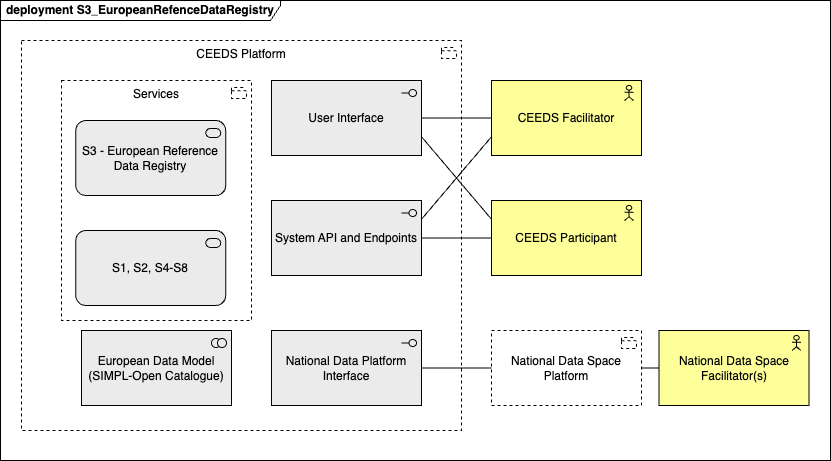
The draw.io diagram docs/meta-level-operating-services/european-reference-data-registry/deployment-erdr.drawio.png in INSIEME-Energy/architecture, before a commit. Source tidied: cells renumbered, new cells last; positions are measured from the earlier drawing's top-left corner, leaving out a move shared by most shapes. Its diagram source:
```xml
<mxGraphModel>
  <root>
    <mxCell id="0" />
    <mxCell id="1" parent="0" />
    <mxCell id="2" value="deployment S3_EuropeanRefenceDataRegistry" style="shape=umlFrame;whiteSpace=wrap;html=1;width=280;height=20;fontStyle=1;" parent="1" vertex="1">
      <mxGeometry width="830" height="460" as="geometry" />
    </mxCell>
    <mxCell id="3" value="CEEDS Platform" style="html=1;whiteSpace=wrap;shape=mxgraph.archimate3.application;appType=grouping;archiType=square;dashed=1;fillColor=none;verticalAlign=top;" parent="2" vertex="1">
      <mxGeometry x="21" y="40" width="440" height="390" as="geometry" />
    </mxCell>
    <mxCell id="4" value="CEEDS Facilitator" style="html=1;outlineConnect=0;whiteSpace=wrap;fillColor=#ffff99;shape=mxgraph.archimate3.application;appType=actor;archiType=square;" parent="2" vertex="1">
      <mxGeometry x="491" y="80" width="150" height="75" as="geometry" />
    </mxCell>
    <mxCell id="5" value="CEEDS Participant" style="html=1;outlineConnect=0;whiteSpace=wrap;fillColor=#ffff99;shape=mxgraph.archimate3.application;appType=actor;archiType=square;" parent="2" vertex="1">
      <mxGeometry x="491" y="200" width="150" height="75" as="geometry" />
    </mxCell>
    <mxCell id="6" value="National Data Space Facilitator(s)" style="html=1;outlineConnect=0;whiteSpace=wrap;fillColor=#ffff99;shape=mxgraph.archimate3.application;appType=actor;archiType=square;" parent="2" vertex="1">
      <mxGeometry x="658.5" y="330" width="150" height="75" as="geometry" />
    </mxCell>
    <mxCell id="7" value="National Data Space Platform" style="html=1;outlineConnect=0;whiteSpace=wrap;shape=mxgraph.archimate3.application;appType=grouping;archiType=square;dashed=1;fillColor=none;" parent="2" vertex="1">
      <mxGeometry x="491" y="330" width="150" height="75" as="geometry" />
    </mxCell>
    <mxCell id="8" value="User Interface" style="html=1;outlineConnect=0;whiteSpace=wrap;fillColor=#EBEBEB;shape=mxgraph.archimate3.application;appType=interface;archiType=square;" parent="2" vertex="1">
      <mxGeometry x="271" y="80" width="150" height="75" as="geometry" />
    </mxCell>
    <mxCell id="9" value="System API and Endpoints" style="html=1;outlineConnect=0;whiteSpace=wrap;fillColor=#EBEBEB;shape=mxgraph.archimate3.application;appType=interface;archiType=square;" parent="2" vertex="1">
      <mxGeometry x="271" y="200" width="150" height="75" as="geometry" />
    </mxCell>
    <mxCell id="10" value="National Data Platform Interface" style="html=1;outlineConnect=0;whiteSpace=wrap;fillColor=#EBEBEB;shape=mxgraph.archimate3.application;appType=interface;archiType=square;" parent="2" vertex="1">
      <mxGeometry x="271" y="330" width="150" height="75" as="geometry" />
    </mxCell>
    <mxCell id="11" value="Services" style="html=1;whiteSpace=wrap;shape=mxgraph.archimate3.application;appType=grouping;archiType=square;dashed=1;fillColor=none;verticalAlign=top;" parent="2" vertex="1">
      <mxGeometry x="61" y="80" width="190" height="240" as="geometry" />
    </mxCell>
    <mxCell id="12" value="S3 - European Reference Data Registry" style="html=1;whiteSpace=wrap;fillColor=#EBEBEB;shape=mxgraph.archimate3.application;appType=serv;archiType=rounded;" parent="2" vertex="1">
      <mxGeometry x="75.2" y="120" width="150" height="75" as="geometry" />
    </mxCell>
    <mxCell id="13" value="S1, S2, S4-S8" style="html=1;whiteSpace=wrap;fillColor=#EBEBEB;shape=mxgraph.archimate3.application;appType=serv;archiType=rounded;" parent="2" vertex="1">
      <mxGeometry x="75.2" y="230" width="150" height="75" as="geometry" />
    </mxCell>
    <mxCell id="14" value="European Data Model (SIMPL-Open Catalogue)" style="html=1;whiteSpace=wrap;fillColor=#EBEBEB;shape=mxgraph.archimate3.application;appType=collab;archiType=square;" parent="2" vertex="1">
      <mxGeometry x="81" y="330" width="150" height="75" as="geometry" />
    </mxCell>
    <mxCell id="15" style="edgeStyle=none;html=1;entryX=1;entryY=0.5;entryDx=0;entryDy=0;entryPerimeter=0;endArrow=none;endFill=0;" parent="2" edge="1" source="4" target="8">
      <mxGeometry relative="1" as="geometry" />
    </mxCell>
    <mxCell id="16" style="edgeStyle=none;html=1;entryX=1;entryY=0.25;entryDx=0;entryDy=0;entryPerimeter=0;endArrow=none;endFill=0;exitX=0;exitY=0.75;exitDx=0;exitDy=0;exitPerimeter=0;" parent="2" edge="1" source="4" target="9">
      <mxGeometry relative="1" as="geometry" />
    </mxCell>
    <mxCell id="17" style="edgeStyle=none;html=1;entryX=1;entryY=0.75;entryDx=0;entryDy=0;entryPerimeter=0;endArrow=none;endFill=0;exitX=0;exitY=0.25;exitDx=0;exitDy=0;exitPerimeter=0;" parent="2" edge="1" source="5" target="8">
      <mxGeometry relative="1" as="geometry" />
    </mxCell>
    <mxCell id="18" style="edgeStyle=none;html=1;entryX=1;entryY=0.5;entryDx=0;entryDy=0;entryPerimeter=0;endArrow=none;endFill=0;exitX=0;exitY=0.5;exitDx=0;exitDy=0;exitPerimeter=0;" parent="2" edge="1" source="5" target="9">
      <mxGeometry relative="1" as="geometry" />
    </mxCell>
    <mxCell id="19" style="edgeStyle=none;html=1;entryX=1;entryY=0.5;entryDx=0;entryDy=0;entryPerimeter=0;endArrow=none;endFill=0;exitX=0;exitY=0.5;exitDx=0;exitDy=0;exitPerimeter=0;" parent="2" edge="1" source="6" target="7">
      <mxGeometry relative="1" as="geometry" />
    </mxCell>
    <mxCell id="20" style="edgeStyle=none;html=1;endArrow=none;endFill=0;exitX=0;exitY=0.5;exitDx=0;exitDy=0;exitPerimeter=0;" parent="2" edge="1" source="7" target="10">
      <mxGeometry relative="1" as="geometry" />
    </mxCell>
  </root>
</mxGraphModel>
```
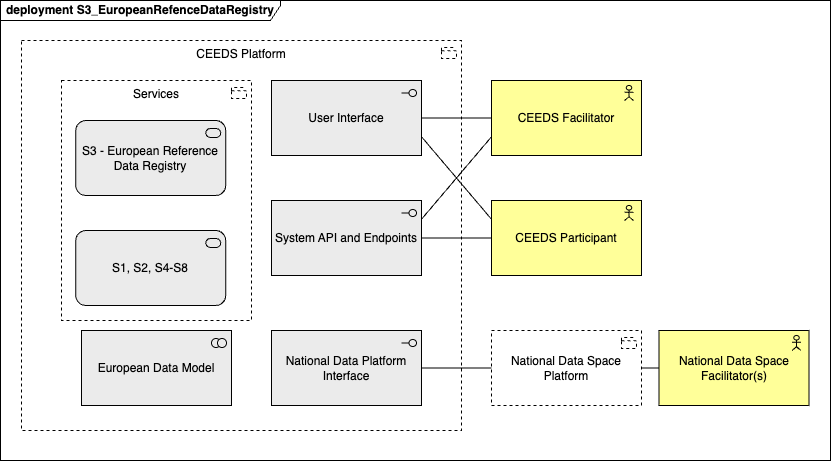
The same file after the commit.

Commit message:
docs: S3 - European Reference Data Registry - solution analysis

What changed in the source:
```diff
@@ -38,7 +38,7 @@
     <mxCell id="13" value="S1, S2, S4-S8" style="html=1;whiteSpace=wrap;fillColor=#EBEBEB;shape=mxgraph.archimate3.application;appType=serv;archiType=rounded;" parent="2" vertex="1">
       <mxGeometry x="75.2" y="230" width="150" height="75" as="geometry" />
     </mxCell>
-    <mxCell id="14" value="European Data Model (SIMPL-Open Catalogue)" style="html=1;whiteSpace=wrap;fillColor=#EBEBEB;shape=mxgraph.archimate3.application;appType=collab;archiType=square;" parent="2" vertex="1">
+    <mxCell id="14" value="European Data Model" style="html=1;whiteSpace=wrap;fillColor=#EBEBEB;shape=mxgraph.archimate3.application;appType=collab;archiType=square;" parent="2" vertex="1">
       <mxGeometry x="81" y="330" width="150" height="75" as="geometry" />
     </mxCell>
     <mxCell id="15" style="edgeStyle=none;html=1;entryX=1;entryY=0.5;entryDx=0;entryDy=0;entryPerimeter=0;endArrow=none;endFill=0;" parent="2" edge="1" source="4" target="8">
```
